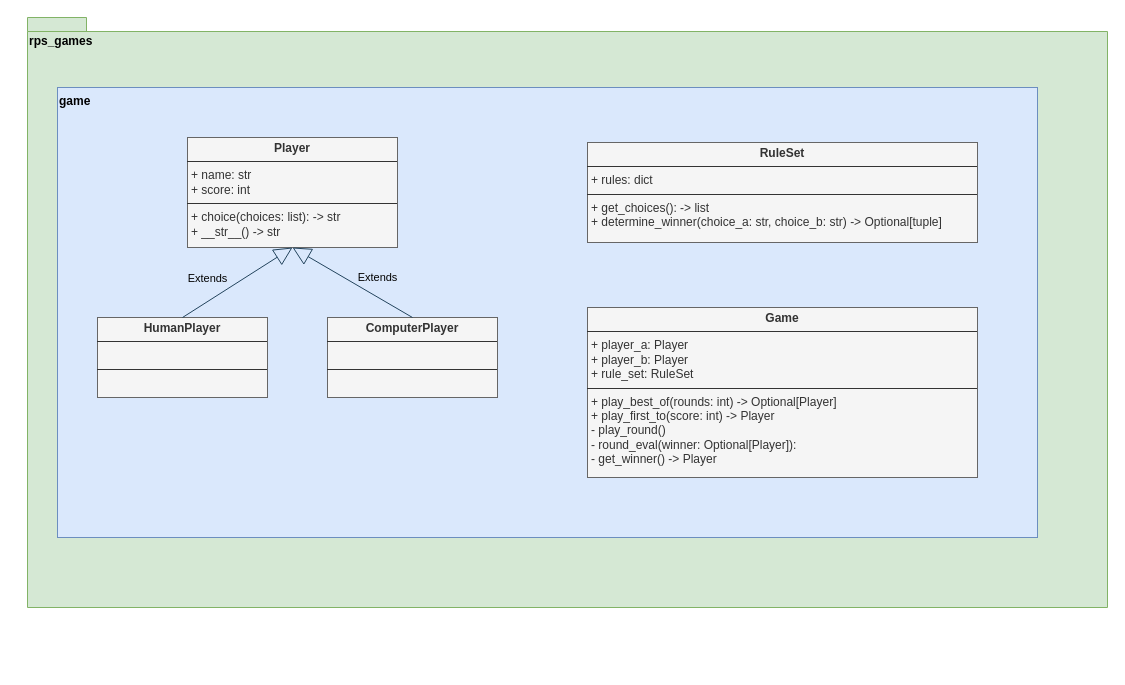
This is diagrams/classes.drawio from massimilianobotticelli/rock-paper-scissor, a draw.io file, before an edit. Source tidied: cells renumbered, new cells numbered last; positions are measured from the earlier drawing's top-left corner, leaving out a move shared by most shapes. Both pictures are drawn from the tidied source at 100%, with x=0, y=0 at pixel (27, 17).
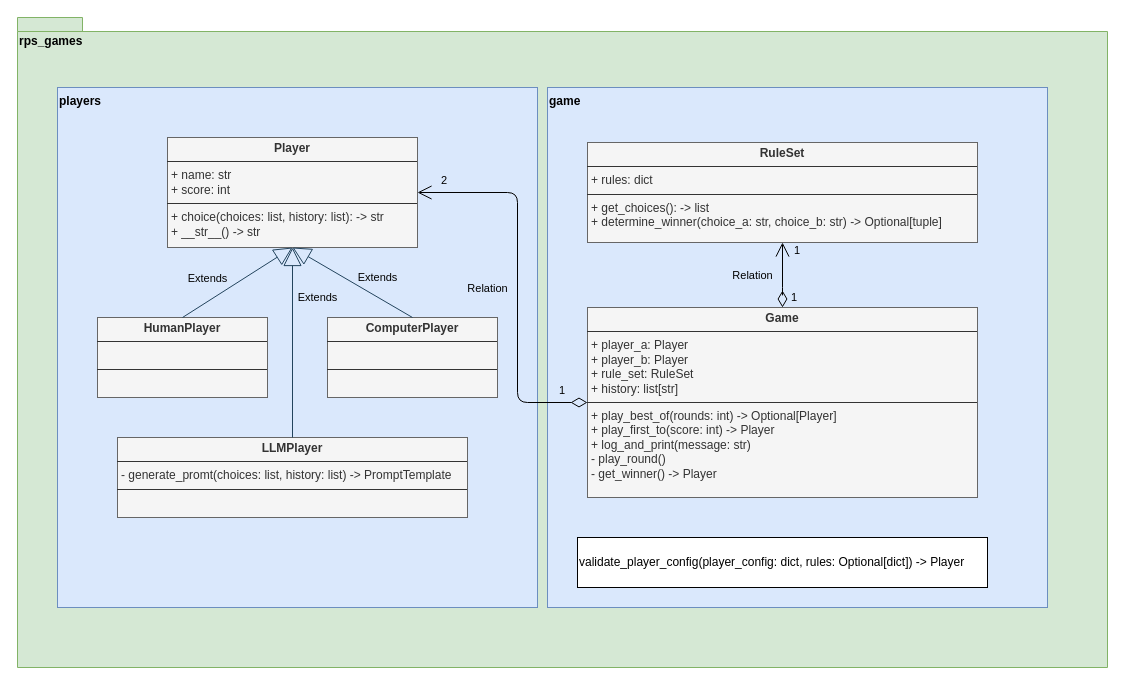
The same diagram, later.

Unchanged cells that the change refers to:
```xml
<mxCell id="4" value="&lt;p style=&quot;margin:0px;margin-top:4px;text-align:center;&quot;&gt;&lt;b&gt;RuleSet&lt;/b&gt;&lt;/p&gt;&lt;hr size=&quot;1&quot; style=&quot;border-style:solid;&quot;&gt;&lt;p style=&quot;margin:0px;margin-left:4px;&quot;&gt;+ rules: dict&lt;/p&gt;&lt;hr size=&quot;1&quot; style=&quot;border-style:solid;&quot;&gt;&lt;p style=&quot;margin:0px;margin-left:4px;&quot;&gt;+ get_choices(): -&amp;gt; list&lt;/p&gt;&lt;p style=&quot;margin:0px;margin-left:4px;&quot;&gt;+ determine_winner(choice_a: str, choice_b: str) -&amp;gt; Optional[tuple]&lt;/p&gt;" style="verticalAlign=top;align=left;overflow=fill;html=1;whiteSpace=wrap;fillColor=#f5f5f5;strokeColor=#666666;fontColor=#333333;" parent="1" vertex="1">
  <mxGeometry x="560" y="125" width="390" height="100" as="geometry" />
</mxCell>
```

What changed in the source:
```diff
@@
     <mxCell id="2" value="rps_games" style="shape=folder;fontStyle=1;spacingTop=10;tabWidth=40;tabHeight=14;tabPosition=left;html=1;whiteSpace=wrap;verticalAlign=top;align=left;fillColor=#d5e8d4;strokeColor=#82b366;" parent="1" vertex="1">
-      <mxGeometry width="1080" height="590" as="geometry" />
+      <mxGeometry x="-10" width="1090" height="650" as="geometry" />
     </mxCell>
+    <mxCell id="11" value="players" style="html=1;whiteSpace=wrap;align=left;verticalAlign=top;fontStyle=1;fillColor=#dae8fc;strokeColor=#6c8ebf;" parent="1" vertex="1">
+      <mxGeometry x="30" y="70" width="480" height="520" as="geometry" />
+    </mxCell>
     <mxCell id="3" value="game" style="html=1;whiteSpace=wrap;align=left;verticalAlign=top;fontStyle=1;fillColor=#dae8fc;strokeColor=#6c8ebf;" parent="1" vertex="1">
-      <mxGeometry x="30" y="70" width="980" height="450" as="geometry" />
+      <mxGeometry x="520" y="70" width="500" height="520" as="geometry" />
     </mxCell>
@@
-    <mxCell id="5" value="&lt;p style=&quot;margin:0px;margin-top:4px;text-align:center;&quot;&gt;&lt;b&gt;Player&lt;/b&gt;&lt;/p&gt;&lt;hr size=&quot;1&quot; style=&quot;border-style:solid;&quot;&gt;&lt;p style=&quot;margin:0px;margin-left:4px;&quot;&gt;+ name: str&lt;/p&gt;&lt;p style=&quot;margin:0px;margin-left:4px;&quot;&gt;+ score: int&lt;/p&gt;&lt;hr size=&quot;1&quot; style=&quot;border-style:solid;&quot;&gt;&lt;p style=&quot;margin:0px;margin-left:4px;&quot;&gt;+ choice(choices: list): -&amp;gt; str&lt;/p&gt;&lt;p style=&quot;margin:0px;margin-left:4px;&quot;&gt;+ __str__() -&amp;gt; str&lt;/p&gt;" style="verticalAlign=top;align=left;overflow=fill;html=1;whiteSpace=wrap;fillColor=#f5f5f5;strokeColor=#666666;fontColor=#333333;" parent="1" vertex="1">
-      <mxGeometry x="160" y="120" width="210" height="110" as="geometry" />
+    <mxCell id="5" value="&lt;p style=&quot;margin:0px;margin-top:4px;text-align:center;&quot;&gt;&lt;b&gt;Player&lt;/b&gt;&lt;/p&gt;&lt;hr size=&quot;1&quot; style=&quot;border-style:solid;&quot;&gt;&lt;p style=&quot;margin:0px;margin-left:4px;&quot;&gt;+ name: str&lt;/p&gt;&lt;p style=&quot;margin:0px;margin-left:4px;&quot;&gt;+ score: int&lt;/p&gt;&lt;hr size=&quot;1&quot; style=&quot;border-style:solid;&quot;&gt;&lt;p style=&quot;margin:0px;margin-left:4px;&quot;&gt;+ choice(choices: list, history: list): -&amp;gt; str&lt;/p&gt;&lt;p style=&quot;margin:0px;margin-left:4px;&quot;&gt;+ __str__() -&amp;gt; str&lt;/p&gt;" style="verticalAlign=top;align=left;overflow=fill;html=1;whiteSpace=wrap;fillColor=#f5f5f5;strokeColor=#666666;fontColor=#333333;" parent="1" vertex="1">
+      <mxGeometry x="140" y="120" width="250" height="110" as="geometry" />
     </mxCell>
@@
-    <mxCell id="10" value="&lt;p style=&quot;margin:0px;margin-top:4px;text-align:center;&quot;&gt;&lt;b&gt;Game&lt;/b&gt;&lt;/p&gt;&lt;hr size=&quot;1&quot; style=&quot;border-style:solid;&quot;&gt;&lt;p style=&quot;margin:0px;margin-left:4px;&quot;&gt;+ player_a: Player&lt;/p&gt;&lt;p style=&quot;margin:0px;margin-left:4px;&quot;&gt;+ player_b: Player&lt;/p&gt;&lt;p style=&quot;margin:0px;margin-left:4px;&quot;&gt;+ rule_set: RuleSet&lt;/p&gt;&lt;hr size=&quot;1&quot; style=&quot;border-style:solid;&quot;&gt;&lt;p style=&quot;margin:0px;margin-left:4px;&quot;&gt;&lt;span style=&quot;background-color: transparent;&quot;&gt;+ play_best_of(rounds: int) -&amp;gt; Optional[Player]&lt;/span&gt;&lt;/p&gt;&lt;p style=&quot;margin:0px;margin-left:4px;&quot;&gt;+ play_first_to(score: int) -&amp;gt; Player&lt;/p&gt;&lt;p style=&quot;margin:0px;margin-left:4px;&quot;&gt;- play_round()&lt;/p&gt;&lt;p style=&quot;margin: 0px 0px 0px 4px;&quot;&gt;- round_eval(winner: Optional[Player]):&lt;/p&gt;&lt;p style=&quot;margin: 0px 0px 0px 4px;&quot;&gt;- get_winner() -&amp;gt; Player&lt;/p&gt;&lt;p style=&quot;margin:0px;margin-left:4px;&quot;&gt;&lt;br&gt;&lt;/p&gt;" style="verticalAlign=top;align=left;overflow=fill;html=1;whiteSpace=wrap;fillColor=#f5f5f5;strokeColor=#666666;fontColor=#333333;" parent="1" vertex="1">
-      <mxGeometry x="560" y="290" width="390" height="170" as="geometry" />
+    <mxCell id="10" value="&lt;p style=&quot;margin:0px;margin-top:4px;text-align:center;&quot;&gt;&lt;b&gt;Game&lt;/b&gt;&lt;/p&gt;&lt;hr size=&quot;1&quot; style=&quot;border-style:solid;&quot;&gt;&lt;p style=&quot;margin:0px;margin-left:4px;&quot;&gt;+ player_a: Player&lt;/p&gt;&lt;p style=&quot;margin:0px;margin-left:4px;&quot;&gt;+ player_b: Player&lt;/p&gt;&lt;p style=&quot;margin:0px;margin-left:4px;&quot;&gt;+ rule_set: RuleSet&lt;/p&gt;&lt;p style=&quot;margin:0px;margin-left:4px;&quot;&gt;+ history: list[str]&lt;/p&gt;&lt;hr size=&quot;1&quot; style=&quot;border-style:solid;&quot;&gt;&lt;p style=&quot;margin:0px;margin-left:4px;&quot;&gt;&lt;span style=&quot;background-color: transparent;&quot;&gt;+ play_best_of(rounds: int) -&amp;gt; Optional[Player]&lt;/span&gt;&lt;/p&gt;&lt;p style=&quot;margin:0px;margin-left:4px;&quot;&gt;+ play_first_to(score: int) -&amp;gt; Player&lt;/p&gt;&lt;p style=&quot;margin:0px;margin-left:4px;&quot;&gt;+ log_and_print(message: str)&lt;/p&gt;&lt;p style=&quot;margin:0px;margin-left:4px;&quot;&gt;- play_round()&lt;/p&gt;&lt;p style=&quot;margin: 0px 0px 0px 4px;&quot;&gt;&lt;span style=&quot;background-color: transparent;&quot;&gt;- get_winner() -&amp;gt; Player&lt;/span&gt;&lt;/p&gt;&lt;p style=&quot;margin:0px;margin-left:4px;&quot;&gt;&lt;br&gt;&lt;/p&gt;" style="verticalAlign=top;align=left;overflow=fill;html=1;whiteSpace=wrap;fillColor=#f5f5f5;strokeColor=#666666;fontColor=#333333;" parent="1" vertex="1">
+      <mxGeometry x="560" y="290" width="390" height="190" as="geometry" />
     </mxCell>
+    <mxCell id="12" value="&lt;p style=&quot;margin:0px;margin-top:4px;text-align:center;&quot;&gt;&lt;b&gt;LLMPlayer&lt;/b&gt;&lt;/p&gt;&lt;hr size=&quot;1&quot; style=&quot;border-style:solid;&quot;&gt;&lt;p style=&quot;margin:0px;margin-left:4px;&quot;&gt;- generate_promt(choices: list, history: list) -&amp;gt; PromptTemplate&lt;/p&gt;&lt;hr size=&quot;1&quot; style=&quot;border-style:solid;&quot;&gt;&lt;p style=&quot;margin:0px;margin-left:4px;&quot;&gt;&lt;br&gt;&lt;/p&gt;" style="verticalAlign=top;align=left;overflow=fill;html=1;whiteSpace=wrap;fillColor=#f5f5f5;strokeColor=#666666;fontColor=#333333;" parent="1" vertex="1">
+      <mxGeometry x="90" y="420" width="350" height="80" as="geometry" />
+    </mxCell>
+    <mxCell id="13" value="Extends" style="endArrow=block;endSize=16;endFill=0;html=1;exitX=0.5;exitY=0;exitDx=0;exitDy=0;fillColor=#bac8d3;strokeColor=#23445d;labelBackgroundColor=none;" parent="1" edge="1" source="12">
+      <mxGeometry x="0.47" y="-25" relative="1" as="geometry">
+        <mxPoint x="265" y="230" as="targetPoint" />
+      </mxGeometry>
+    </mxCell>
+    <mxCell id="14" value="validate_player_config(player_config: dict, rules: Optional[dict]) -&amp;gt; Player" style="html=1;whiteSpace=wrap;align=left;" parent="1" vertex="1">
+      <mxGeometry x="550" y="520" width="410" height="50" as="geometry" />
+    </mxCell>
+    <mxCell id="15" value="Relation" style="endArrow=open;html=1;endSize=12;startArrow=diamondThin;startSize=14;startFill=0;edgeStyle=orthogonalEdgeStyle;entryX=1;entryY=0.5;entryDx=0;entryDy=0;exitX=0;exitY=0.5;exitDx=0;exitDy=0;fontColor=default;labelBackgroundColor=none;" parent="1" edge="1" source="10" target="5">
+      <mxGeometry x="-0.03" y="30" relative="1" as="geometry">
+        <Array as="points">
+          <mxPoint x="490" y="385" />
+          <mxPoint x="490" y="175" />
+        </Array>
+      </mxGeometry>
+    </mxCell>
+    <mxCell id="16" value="1" style="edgeLabel;html=1;align=left;verticalAlign=top;labelBackgroundColor=none;" parent="15" vertex="1">
+      <mxGeometry x="-1" relative="1" as="geometry">
+        <mxPoint x="-30" y="-25" as="offset" />
+      </mxGeometry>
+    </mxCell>
+    <mxCell id="17" value="2" style="edgeLabel;html=1;align=right;verticalAlign=top;labelBackgroundColor=none;" parent="15" vertex="1">
+      <mxGeometry x="1" relative="1" as="geometry">
+        <mxPoint x="30" y="-25" as="offset" />
+      </mxGeometry>
+    </mxCell>
+    <mxCell id="18" value="Relation" style="endArrow=open;html=1;endSize=12;startArrow=diamondThin;startSize=14;startFill=0;edgeStyle=orthogonalEdgeStyle;entryX=0.5;entryY=1;entryDx=0;entryDy=0;exitX=0.5;exitY=0;exitDx=0;exitDy=0;fontColor=default;labelBackgroundColor=none;" parent="1" edge="1" source="10" target="4">
+      <mxGeometry x="-0.03" y="30" relative="1" as="geometry">
+        <Array as="points">
+          <mxPoint x="755" y="280" />
+          <mxPoint x="755" y="280" />
+        </Array>
+      </mxGeometry>
+    </mxCell>
+    <mxCell id="19" value="1" style="edgeLabel;html=1;align=left;verticalAlign=top;labelBackgroundColor=none;" parent="18" vertex="1">
+      <mxGeometry x="-1" relative="1" as="geometry">
+        <mxPoint x="7" y="-23" as="offset" />
+      </mxGeometry>
+    </mxCell>
+    <mxCell id="20" value="1" style="edgeLabel;html=1;align=right;verticalAlign=top;labelBackgroundColor=none;" parent="18" vertex="1">
+      <mxGeometry x="1" relative="1" as="geometry">
+        <mxPoint x="18" y="-5" as="offset" />
+      </mxGeometry>
+    </mxCell>
```
